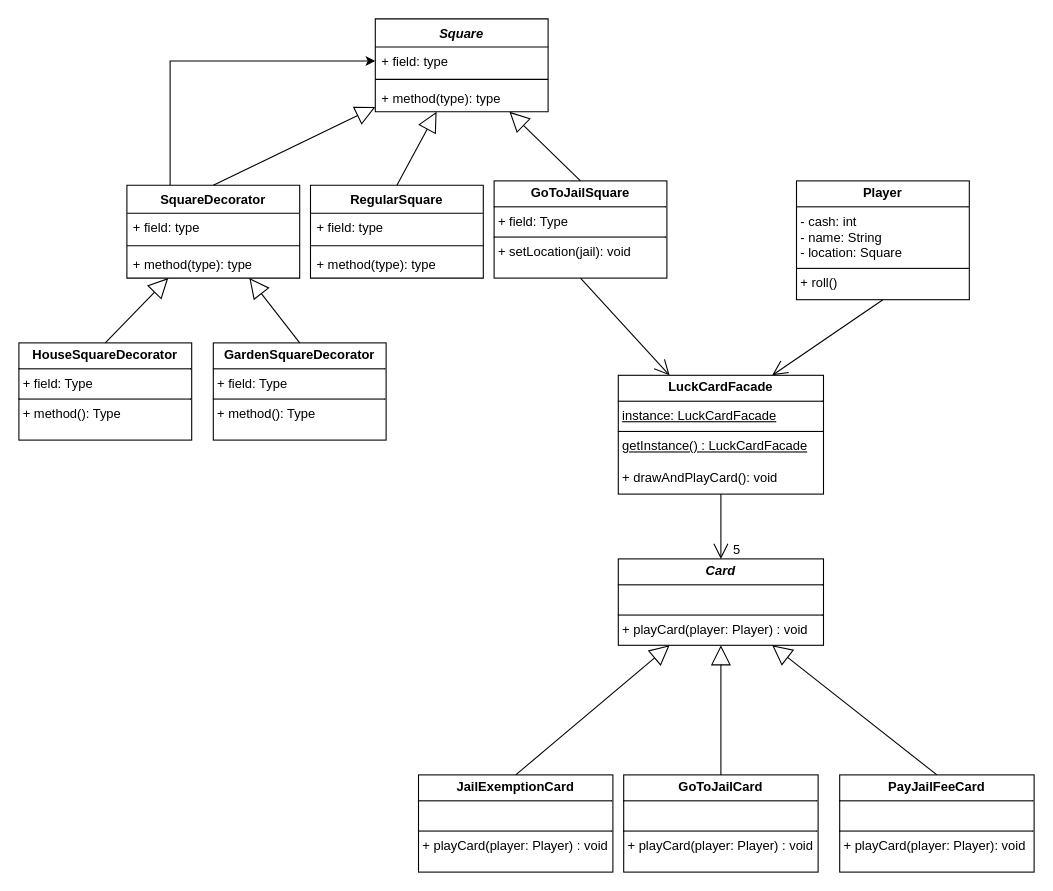
The draw.io diagram workshop7-week8.drawio in antonykimuom/SWEN30006-2025-SM1-workshop1-tuew05-14-00-team-12, before the edit. Source tidied: cells renumbered, new cells numbered last; positions are measured from the earlier drawing's top-left corner, leaving out a move shared by most shapes. Both pictures are drawn from the tidied source at 108%, with x=0, y=0 at pixel (18, 18).
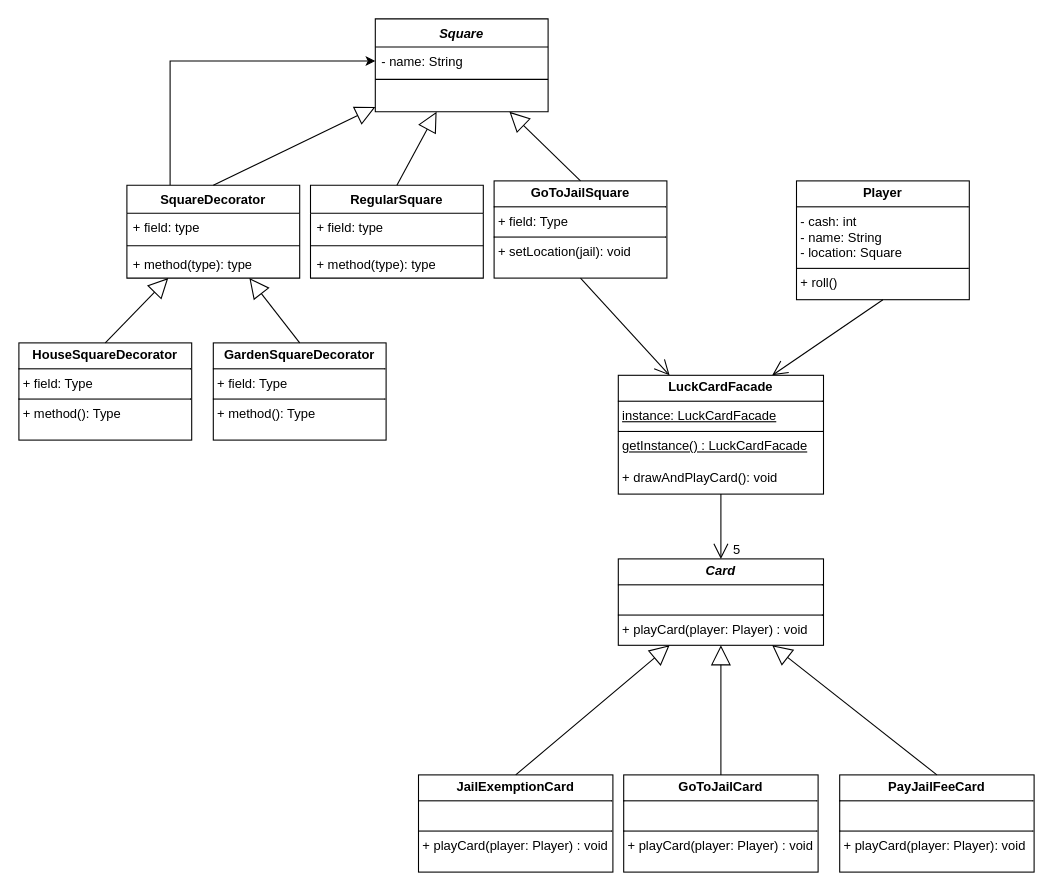
The same diagram, later.

Commit message:
named square

The change refers to these unchanged cells:
```xml
<mxCell id="20" value="&lt;i&gt;Square&lt;/i&gt;" style="swimlane;fontStyle=1;align=center;verticalAlign=top;horizontal=1;startSize=26;whiteSpace=wrap;html=1;" parent="1" vertex="1">
  <mxGeometry x="330" width="160" height="86" as="geometry" />
</mxCell>
```

Diff of the diagram source:
```diff
@@
-    <mxCell id="21" value="+ field: type" style="text;strokeColor=none;fillColor=none;align=left;verticalAlign=top;spacingLeft=4;spacingRight=4;overflow=hidden;points=[[0,0.5],[1,0.5]];portConstraint=eastwest;whiteSpace=wrap;html=1;" parent="20" vertex="1">
+    <mxCell id="21" value="- name: String" style="text;strokeColor=none;fillColor=none;align=left;verticalAlign=top;spacingLeft=4;spacingRight=4;overflow=hidden;points=[[0,0.5],[1,0.5]];portConstraint=eastwest;whiteSpace=wrap;html=1;" parent="20" vertex="1">
       <mxGeometry y="26" width="160" height="26" as="geometry" />
     </mxCell>
@@
-    <mxCell id="23" value="+ method(type): type" style="text;strokeColor=none;fillColor=none;align=left;verticalAlign=top;spacingLeft=4;spacingRight=4;overflow=hidden;whiteSpace=wrap;html=1;" parent="20" vertex="1">
+    <mxCell id="23" value="&lt;br&gt;&lt;div&gt;&lt;br&gt;&lt;/div&gt;" style="text;strokeColor=none;fillColor=none;align=left;verticalAlign=top;spacingLeft=4;spacingRight=4;overflow=hidden;whiteSpace=wrap;html=1;" parent="20" vertex="1">
       <mxGeometry y="60" width="160" height="26" as="geometry" />
     </mxCell>
```
